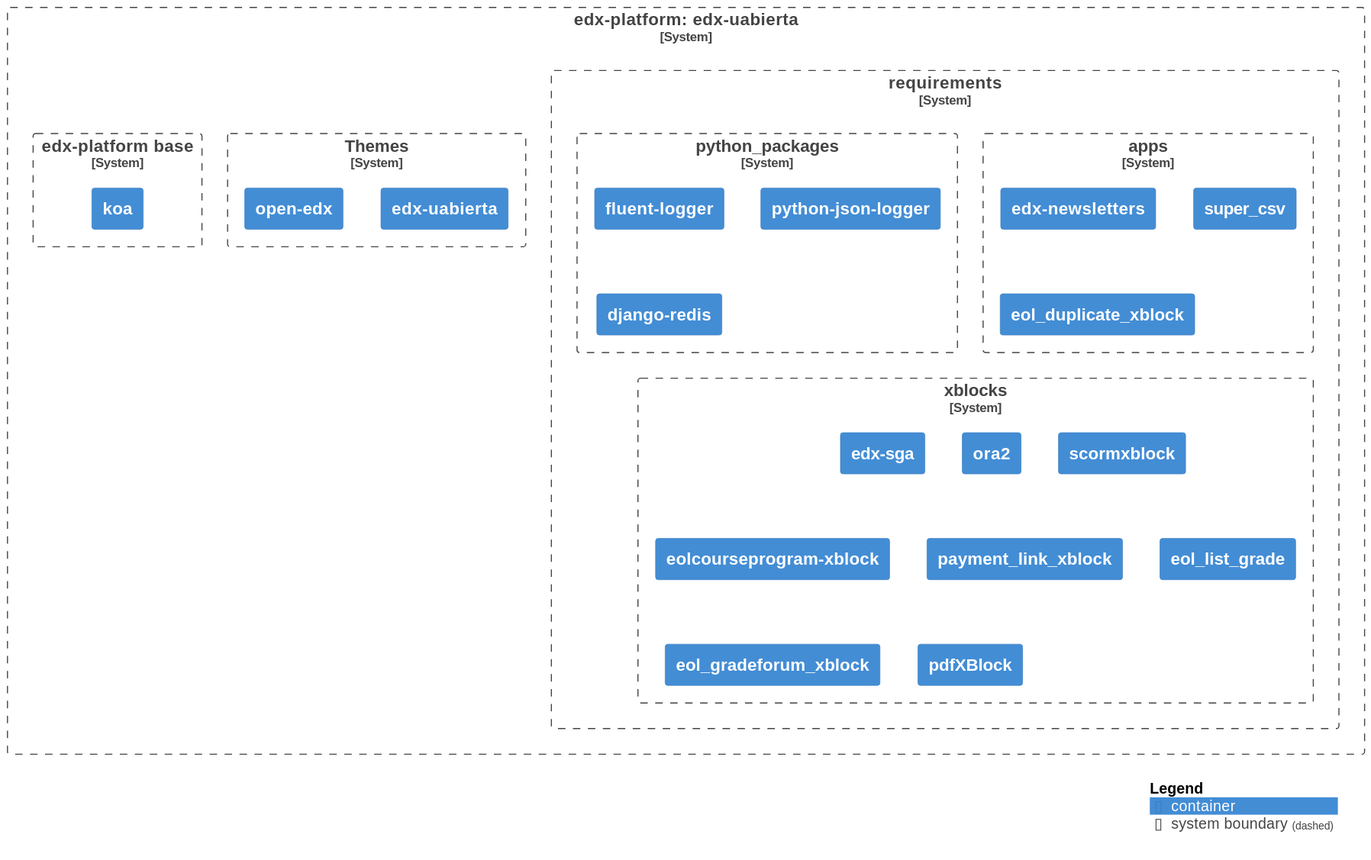
This is diagrams/diagram.svg from eol-uchile/edx-uabierta, a PlantUML export, as it was before one commit.
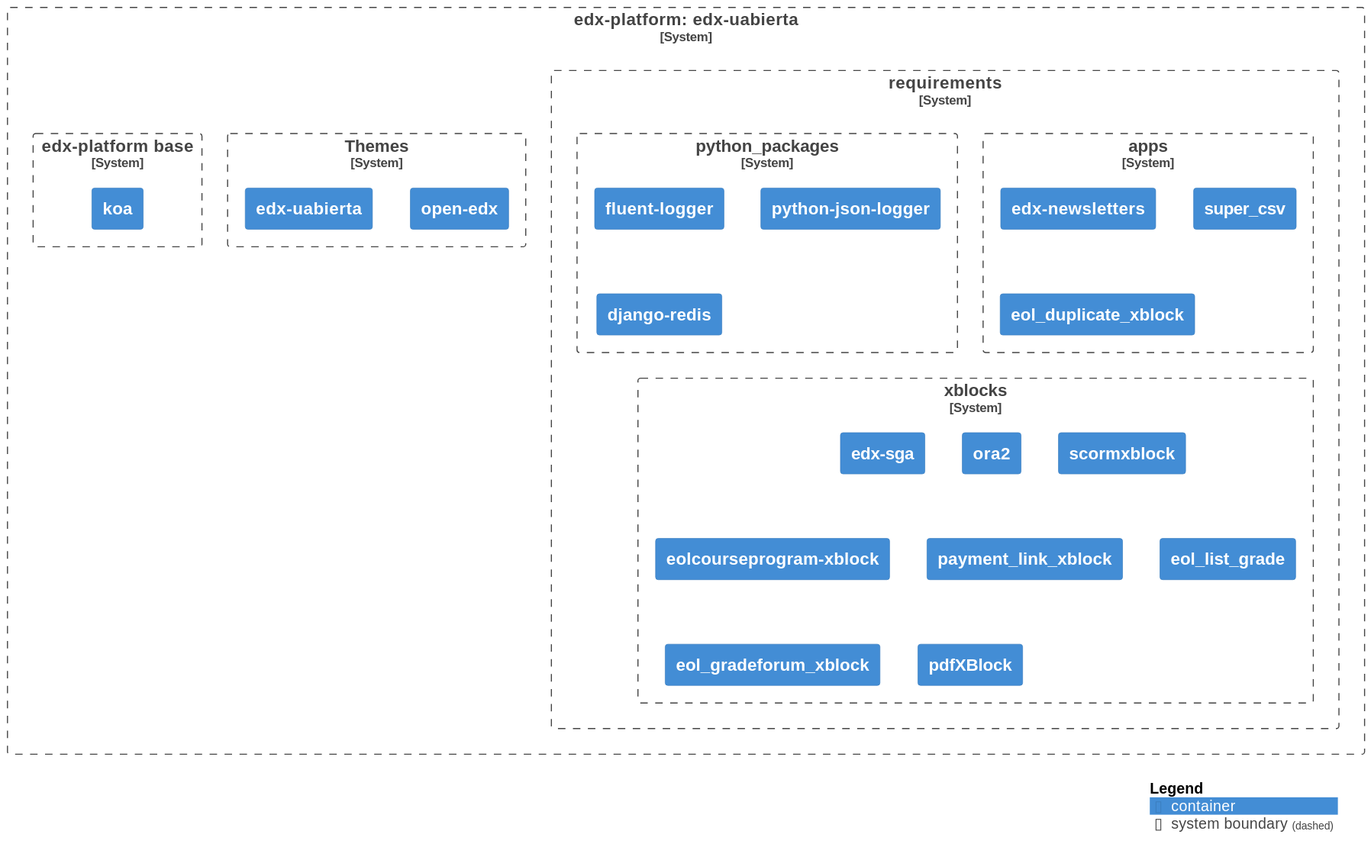
Later version of the same file.

Commit message:
Auto-generate UML diagram

Change to the diagram source:
```diff
@@ -51,9 +51,9 @@
 
     System_Boundary(theme, "Themes", $link="https://github.com/eol-uchile/edx-uabierta/blob/master/themes/") {
 
-            Container(theme1, "edx-uabierta", $link="https://github.com/eol-uchile/uabierta-theme")
+            Container(theme1, "open-edx", $link="https://github.com/eol-uchile/edx-uabierta")
 
-            Container(theme2, "open-edx", $link="https://github.com/eol-uchile/edx-uabierta")
+            Container(theme2, "edx-uabierta", $link="https://github.com/eol-uchile/uabierta-theme")
 
     }
 
```
